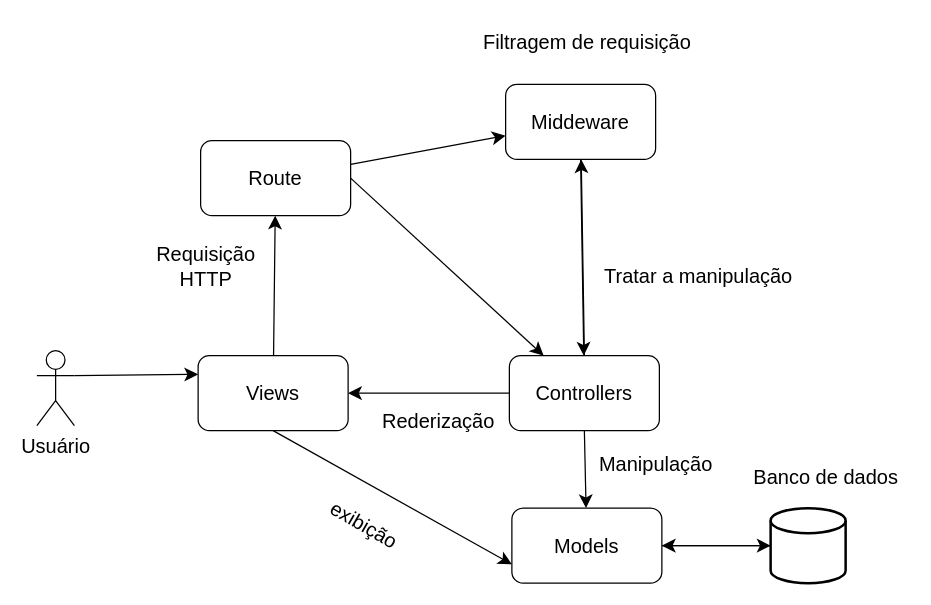
Before: page "Página-2" (2 of 3) of interface.drawio in FlavioCandidoSilva/2020_1_POO, a draw.io diagram. Source tidied: cells renumbered, new cells numbered last; positions are measured from the earlier drawing's top-left corner, leaving out a move shared by most shapes. Both pictures are drawn from the tidied source at 125%, with x=0, y=0 at pixel (36, 21).
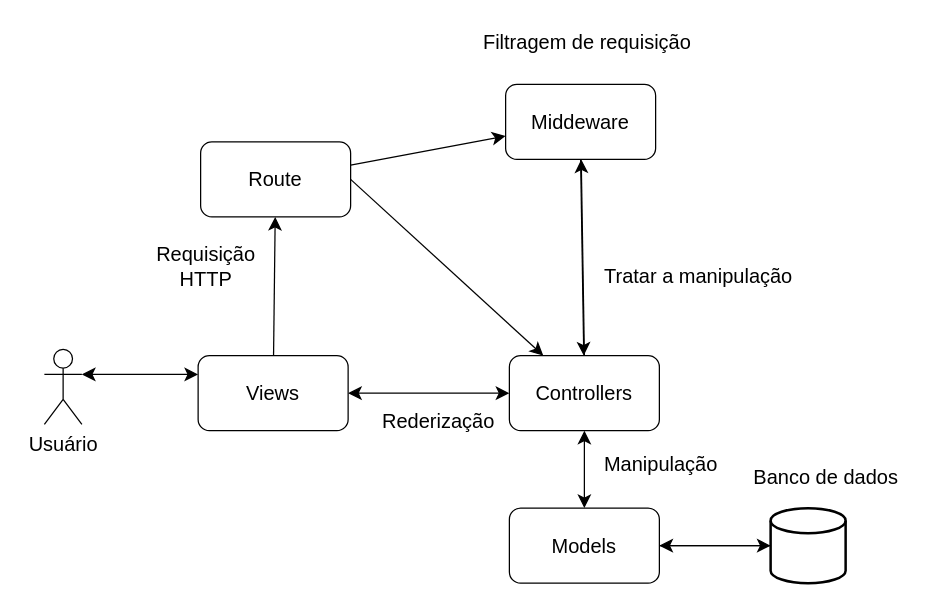
Above is the later version.

The change refers to these unchanged cells:
```xml
<mxCell id="5" value="Controllers" style="rounded=1;whiteSpace=wrap;html=1;fontSize=16;" parent="1" vertex="1">
  <mxGeometry x="378" y="267" width="120" height="60" as="geometry" />
</mxCell>
<mxCell id="8" value="Views" style="whiteSpace=wrap;html=1;fontSize=16;rounded=1;" parent="1" vertex="1">
  <mxGeometry x="129" y="267" width="120" height="60" as="geometry" />
</mxCell>
```

Change to the diagram source:
```diff
@@
-    <mxCell id="2" style="edgeStyle=none;curved=1;rounded=0;jettySize=auto;html=1;exitX=0.5;exitY=1;exitDx=0;exitDy=0;fontSize=12;startSize=8;endSize=8;" parent="1" edge="1" source="5" target="10">
+    <mxCell id="2" style="edgeStyle=none;curved=1;rounded=0;jettySize=auto;html=1;exitX=0.5;exitY=1;exitDx=0;exitDy=0;fontSize=12;startSize=8;endSize=8;startArrow=classic;startFill=1;" parent="1" edge="1" source="5" target="10">
       <mxGeometry relative="1" as="geometry" />
     </mxCell>
-    <mxCell id="3" style="edgeStyle=none;curved=1;rounded=0;jettySize=auto;html=1;exitX=0;exitY=0.5;exitDx=0;exitDy=0;entryX=1;entryY=0.5;entryDx=0;entryDy=0;fontSize=12;startSize=8;endSize=8;" parent="1" edge="1" source="5" target="8">
+    <mxCell id="3" style="edgeStyle=none;curved=1;rounded=0;jettySize=auto;html=1;exitX=0;exitY=0.5;exitDx=0;exitDy=0;entryX=1;entryY=0.5;entryDx=0;entryDy=0;fontSize=12;startSize=8;endSize=8;startArrow=classic;startFill=1;" parent="1" edge="1" source="5" target="8">
       <mxGeometry relative="1" as="geometry" />
     </mxCell>
@@
-    <mxCell id="6" style="edgeStyle=none;curved=1;rounded=0;jettySize=auto;html=1;exitX=0.5;exitY=1;exitDx=0;exitDy=0;entryX=0;entryY=0.75;entryDx=0;entryDy=0;fontSize=12;startSize=8;endSize=8;" parent="1" edge="1" source="8" target="10">
-      <mxGeometry relative="1" as="geometry" />
-    </mxCell>
@@
     <mxCell id="10" value="Models" style="whiteSpace=wrap;html=1;fontSize=16;rounded=1;" parent="1" vertex="1">
-      <mxGeometry x="380" y="389" width="120" height="60" as="geometry" />
+      <mxGeometry x="378" y="389" width="120" height="60" as="geometry" />
     </mxCell>
-    <mxCell id="11" style="edgeStyle=none;curved=1;rounded=0;jettySize=auto;html=1;exitX=1;exitY=0.3333333333333333;exitDx=0;exitDy=0;exitPerimeter=0;entryX=0;entryY=0.25;entryDx=0;entryDy=0;fontSize=12;startSize=8;endSize=8;" parent="1" edge="1" source="12" target="8">
+    <mxCell id="11" style="edgeStyle=none;curved=1;rounded=0;jettySize=auto;html=1;exitX=1;exitY=0.3333333333333333;exitDx=0;exitDy=0;exitPerimeter=0;entryX=0;entryY=0.25;entryDx=0;entryDy=0;fontSize=12;startSize=8;endSize=8;startArrow=classic;startFill=1;" parent="1" edge="1" source="12" target="8">
       <mxGeometry relative="1" as="geometry" />
     </mxCell>
     <mxCell id="12" value="Usuário" style="shape=umlActor;verticalLabelPosition=bottom;verticalAlign=top;html=1;outlineConnect=0;fontSize=16;" parent="1" vertex="1">
-      <mxGeometry y="263" width="30" height="60" as="geometry" />
+      <mxGeometry x="6" y="262" width="30" height="60" as="geometry" />
     </mxCell>
     <mxCell id="13" value="Manipulação" style="text;html=1;align=center;verticalAlign=middle;strokeColor=none;fillColor=none;fontSize=16;" parent="1" vertex="1">
-      <mxGeometry x="440" y="338" width="109" height="31" as="geometry" />
+      <mxGeometry x="444" y="338" width="109" height="31" as="geometry" />
     </mxCell>
@@
-    <mxCell id="15" value="exibição" style="text;html=1;align=center;verticalAlign=middle;strokeColor=none;fillColor=none;fontSize=16;rotation=30;" parent="1" vertex="1">
-      <mxGeometry x="223" y="386" width="77" height="31" as="geometry" />
-    </mxCell>
@@
     <mxCell id="18" value="Route" style="whiteSpace=wrap;html=1;fontSize=16;rounded=1;" parent="1" vertex="1">
-      <mxGeometry x="131" y="95" width="120" height="60" as="geometry" />
+      <mxGeometry x="131" y="96" width="120" height="60" as="geometry" />
     </mxCell>
```
